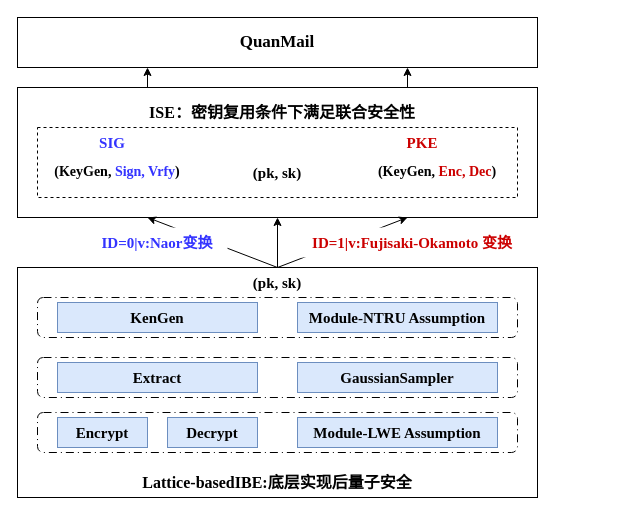
Earlier version of the draw.io diagram draw.io/毕业设计.drawio (Aurorp1g/CDN). Source tidied: cells renumbered, new cells numbered last; positions are measured from the earlier drawing's top-left corner, leaving out a move shared by most shapes. Both pictures are drawn from the tidied source at 100%, with x=0, y=0 at pixel (17, 17).
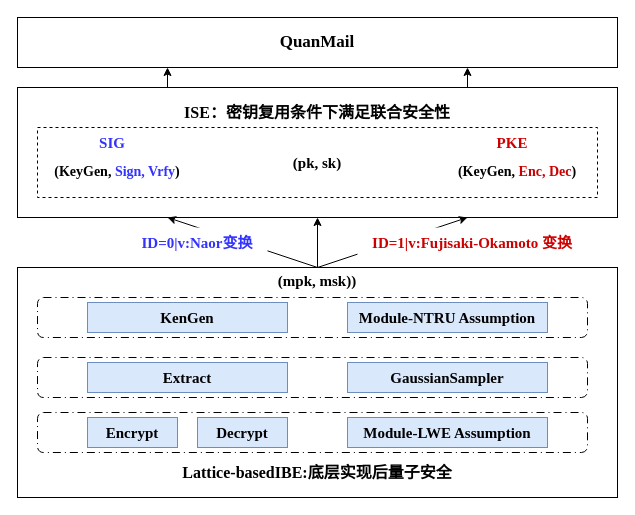
Above is the later version.

Commit message:
更新毕业设计.drawio

What changed in the source:
```diff
@@
     <mxCell id="2" value="&lt;b&gt;&lt;font style=&quot;font-size: 17px;&quot; face=&quot;Times New Roman&quot;&gt;QuanMail&lt;/font&gt;&lt;/b&gt;" style="rounded=0;whiteSpace=wrap;html=1;" parent="1" vertex="1">
-      <mxGeometry width="520" height="50" as="geometry" />
+      <mxGeometry width="600" height="50" as="geometry" />
     </mxCell>
@@
     <mxCell id="5" style="rounded=0;whiteSpace=wrap;html=1;" parent="1" vertex="1">
-      <mxGeometry y="70" width="520" height="130" as="geometry" />
+      <mxGeometry y="70" width="600" height="130" as="geometry" />
     </mxCell>
     <mxCell id="6" style="rounded=0;whiteSpace=wrap;html=1;dashed=1;" parent="1" vertex="1">
-      <mxGeometry x="20" y="110" width="480" height="70" as="geometry" />
+      <mxGeometry x="20" y="110" width="560" height="70" as="geometry" />
     </mxCell>
     <mxCell id="7" value="&lt;font style=&quot;font-size: 16px;&quot; face=&quot;Times New Roman&quot;&gt;&lt;b style=&quot;&quot;&gt;ISE：密钥复用条件下满足联合安全性&lt;/b&gt;&lt;/font&gt;" style="text;html=1;whiteSpace=wrap;strokeColor=none;fillColor=none;align=center;verticalAlign=middle;rounded=0;fontFamily=Helvetica;fontSize=12;fontColor=default;" parent="1" vertex="1">
-      <mxGeometry x="80" y="80" width="370" height="30" as="geometry" />
+      <mxGeometry x="115" y="80" width="370" height="30" as="geometry" />
     </mxCell>
@@
     <mxCell id="9" value="&lt;font face=&quot;Times New Roman&quot;&gt;&lt;span style=&quot;font-size: 15px; color: rgb(204, 0, 0);&quot;&gt;&lt;b&gt;PKE&lt;/b&gt;&lt;/span&gt;&lt;/font&gt;" style="text;html=1;whiteSpace=wrap;strokeColor=none;fillColor=none;align=center;verticalAlign=middle;rounded=0;fontFamily=Helvetica;fontSize=12;fontColor=default;" parent="1" vertex="1">
-      <mxGeometry x="360" y="110" width="90" height="30" as="geometry" />
+      <mxGeometry x="450" y="110" width="90" height="30" as="geometry" />
     </mxCell>
@@
     <mxCell id="11" value="&lt;font style=&quot;&quot; face=&quot;Times New Roman&quot;&gt;&lt;b style=&quot;font-size: 14px;&quot;&gt;(&lt;/b&gt;&lt;span style=&quot;font-size: 14px;&quot;&gt;&lt;b&gt;KeyGen, &lt;span style=&quot;color: rgb(204, 0, 0);&quot;&gt;Enc, Dec&lt;/span&gt;)&lt;/b&gt;&lt;/span&gt;&lt;/font&gt;" style="text;html=1;whiteSpace=wrap;strokeColor=none;fillColor=none;align=center;verticalAlign=middle;rounded=0;fontFamily=Helvetica;fontSize=12;fontColor=default;" parent="1" vertex="1">
-      <mxGeometry x="350" y="140" width="140" height="30" as="geometry" />
+      <mxGeometry x="430" y="140" width="140" height="30" as="geometry" />
     </mxCell>
     <mxCell id="12" value="&lt;font style=&quot;font-size: 15px;&quot; face=&quot;Times New Roman&quot;&gt;&lt;b&gt;(pk, sk)&lt;/b&gt;&lt;/font&gt;" style="text;html=1;whiteSpace=wrap;strokeColor=none;fillColor=none;align=center;verticalAlign=middle;rounded=0;fontFamily=Helvetica;fontSize=12;fontColor=default;" parent="1" vertex="1">
-      <mxGeometry x="230" y="140" width="60" height="30" as="geometry" />
+      <mxGeometry x="270" y="130" width="60" height="30" as="geometry" />
     </mxCell>
+    <mxCell id="31" style="edgeStyle=orthogonalEdgeStyle;rounded=0;jettySize=auto;html=1;exitX=0.5;exitY=0;exitDx=0;exitDy=0;entryX=0.5;entryY=1;entryDx=0;entryDy=0;fontFamily=Helvetica;fontSize=12;fontColor=default;" parent="1" edge="1" source="13" target="5">
+      <mxGeometry relative="1" as="geometry" />
+    </mxCell>
+    <mxCell id="32" style="rounded=0;jettySize=auto;html=1;exitX=0.5;exitY=0;exitDx=0;exitDy=0;entryX=0.25;entryY=1;entryDx=0;entryDy=0;fontFamily=Helvetica;fontSize=12;fontColor=default;" parent="1" edge="1" source="13" target="5">
+      <mxGeometry relative="1" as="geometry" />
+    </mxCell>
+    <mxCell id="33" style="rounded=0;jettySize=auto;html=1;exitX=0.5;exitY=0;exitDx=0;exitDy=0;entryX=0.75;entryY=1;entryDx=0;entryDy=0;fontFamily=Helvetica;fontSize=12;fontColor=default;" parent="1" edge="1" source="13" target="5">
+      <mxGeometry relative="1" as="geometry" />
+    </mxCell>
     <mxCell id="13" style="rounded=0;whiteSpace=wrap;html=1;strokeColor=default;align=center;verticalAlign=middle;fontFamily=Helvetica;fontSize=12;fontColor=default;fillColor=default;" parent="1" vertex="1">
-      <mxGeometry y="250" width="520" height="230" as="geometry" />
+      <mxGeometry y="250" width="600" height="230" as="geometry" />
     </mxCell>
-    <mxCell id="14" style="rounded=0;jettySize=auto;html=1;exitX=0.5;exitY=0;exitDx=0;exitDy=0;entryX=0.25;entryY=1;entryDx=0;entryDy=0;fontFamily=Helvetica;fontSize=12;fontColor=default;" parent="1" edge="1" source="17" target="5">
-      <mxGeometry relative="1" as="geometry" />
-    </mxCell>
-    <mxCell id="15" style="edgeStyle=orthogonalEdgeStyle;rounded=0;jettySize=auto;html=1;exitX=0.5;exitY=0;exitDx=0;exitDy=0;entryX=0.5;entryY=1;entryDx=0;entryDy=0;fontFamily=Helvetica;fontSize=12;fontColor=default;" parent="1" edge="1" source="17" target="5">
-      <mxGeometry relative="1" as="geometry" />
-    </mxCell>
-    <mxCell id="16" style="rounded=0;jettySize=auto;html=1;exitX=0.5;exitY=0;exitDx=0;exitDy=0;entryX=0.75;entryY=1;entryDx=0;entryDy=0;fontFamily=Helvetica;fontSize=12;fontColor=default;" parent="1" edge="1" source="17" target="5">
-      <mxGeometry relative="1" as="geometry" />
-    </mxCell>
-    <mxCell id="17" value="&lt;font style=&quot;font-size: 15px;&quot; face=&quot;Times New Roman&quot;&gt;&lt;b&gt;(pk, sk)&lt;/b&gt;&lt;/font&gt;" style="text;html=1;whiteSpace=wrap;strokeColor=none;fillColor=none;align=center;verticalAlign=middle;rounded=0;fontFamily=Helvetica;fontSize=12;fontColor=default;" parent="1" vertex="1">
-      <mxGeometry x="230" y="250" width="60" height="30" as="geometry" />
+    <mxCell id="17" value="&lt;font style=&quot;&quot; face=&quot;Times New Roman&quot;&gt;&lt;b style=&quot;font-size: 15px;&quot;&gt;(&lt;/b&gt;&lt;span style=&quot;font-size: 15px;&quot;&gt;&lt;b&gt;mpk, msk)&lt;/b&gt;&lt;/span&gt;&lt;b style=&quot;font-size: 15px;&quot;&gt;)&lt;/b&gt;&lt;/font&gt;" style="text;html=1;whiteSpace=wrap;strokeColor=none;fillColor=none;align=center;verticalAlign=middle;rounded=0;fontFamily=Helvetica;fontSize=12;fontColor=default;" parent="1" vertex="1">
+      <mxGeometry x="250" y="248" width="100" height="30" as="geometry" />
     </mxCell>
     <mxCell id="18" value="&lt;b&gt;&lt;font style=&quot;font-size: 15px; color: rgb(51, 51, 255);&quot; face=&quot;Times New Roman&quot;&gt;ID=0|v:Naor变换&lt;/font&gt;&lt;/b&gt;" style="text;html=1;whiteSpace=wrap;strokeColor=none;fillColor=default;align=center;verticalAlign=middle;rounded=0;fontFamily=Helvetica;fontSize=12;fontColor=default;" parent="1" vertex="1">
-      <mxGeometry x="70" y="210" width="140" height="30" as="geometry" />
+      <mxGeometry x="110" y="210" width="140" height="30" as="geometry" />
     </mxCell>
     <mxCell id="19" value="&lt;span style=&quot;color: rgb(204, 0, 0);&quot;&gt;&lt;font style=&quot;font-size: 15px;&quot; face=&quot;Times New Roman&quot;&gt;&lt;b&gt;ID=1|v:Fujisaki-Okamoto 变换&lt;/b&gt;&lt;/font&gt;&lt;/span&gt;" style="text;html=1;whiteSpace=wrap;strokeColor=none;fillColor=default;align=center;verticalAlign=middle;rounded=0;fontFamily=Helvetica;fontSize=12;fontColor=default;" parent="1" vertex="1">
-      <mxGeometry x="280" y="210" width="230" height="30" as="geometry" />
+      <mxGeometry x="340" y="210" width="230" height="30" as="geometry" />
     </mxCell>
     <mxCell id="20" style="rounded=1;whiteSpace=wrap;html=1;strokeColor=default;align=center;verticalAlign=middle;fontFamily=Helvetica;fontSize=12;fontColor=default;fillColor=default;dashed=1;dashPattern=8 4 1 4;" parent="1" vertex="1">
-      <mxGeometry x="20" y="280" width="480" height="40" as="geometry" />
+      <mxGeometry x="20" y="280" width="550" height="40" as="geometry" />
     </mxCell>
     <mxCell id="21" value="&lt;b&gt;&lt;font face=&quot;Times New Roman&quot; style=&quot;font-size: 15px;&quot;&gt;KenGen&lt;/font&gt;&lt;/b&gt;" style="text;html=1;whiteSpace=wrap;strokeColor=#6c8ebf;fillColor=#dae8fc;align=center;verticalAlign=middle;rounded=0;fontFamily=Helvetica;fontSize=12;" parent="1" vertex="1">
-      <mxGeometry x="40" y="285" width="200" height="30" as="geometry" />
+      <mxGeometry x="70" y="285" width="200" height="30" as="geometry" />
     </mxCell>
     <mxCell id="22" style="rounded=1;whiteSpace=wrap;html=1;strokeColor=default;align=center;verticalAlign=middle;fontFamily=Helvetica;fontSize=12;fontColor=default;fillColor=default;dashed=1;dashPattern=8 4 1 4;" parent="1" vertex="1">
-      <mxGeometry x="20" y="340" width="480" height="40" as="geometry" />
+      <mxGeometry x="20" y="340" width="550" height="40" as="geometry" />
     </mxCell>
     <mxCell id="23" style="rounded=1;whiteSpace=wrap;html=1;strokeColor=default;align=center;verticalAlign=middle;fontFamily=Helvetica;fontSize=12;fontColor=default;fillColor=default;dashed=1;dashPattern=8 4 1 4;" parent="1" vertex="1">
-      <mxGeometry x="20" y="395" width="480" height="40" as="geometry" />
+      <mxGeometry x="20" y="395" width="550" height="40" as="geometry" />
     </mxCell>
     <mxCell id="24" value="&lt;font face=&quot;Times New Roman&quot;&gt;&lt;span style=&quot;font-size: 15px;&quot;&gt;&lt;b&gt;Module-NTRU Assumption&lt;/b&gt;&lt;/span&gt;&lt;/font&gt;" style="text;html=1;whiteSpace=wrap;strokeColor=#6c8ebf;fillColor=#dae8fc;align=center;verticalAlign=middle;rounded=0;fontFamily=Helvetica;fontSize=12;" parent="1" vertex="1">
-      <mxGeometry x="280" y="285" width="200" height="30" as="geometry" />
+      <mxGeometry x="330" y="285" width="200" height="30" as="geometry" />
     </mxCell>
     <mxCell id="25" value="&lt;font face=&quot;Times New Roman&quot;&gt;&lt;span style=&quot;font-size: 15px;&quot;&gt;&lt;b&gt;Extract&lt;/b&gt;&lt;/span&gt;&lt;/font&gt;" style="text;html=1;whiteSpace=wrap;strokeColor=#6c8ebf;fillColor=#dae8fc;align=center;verticalAlign=middle;rounded=0;fontFamily=Helvetica;fontSize=12;" parent="1" vertex="1">
-      <mxGeometry x="40" y="345" width="200" height="30" as="geometry" />
+      <mxGeometry x="70" y="345" width="200" height="30" as="geometry" />
     </mxCell>
     <mxCell id="26" value="&lt;font face=&quot;Times New Roman&quot;&gt;&lt;span style=&quot;font-size: 15px;&quot;&gt;&lt;b&gt;GaussianSampler&lt;/b&gt;&lt;/span&gt;&lt;/font&gt;" style="text;html=1;whiteSpace=wrap;strokeColor=#6c8ebf;fillColor=#dae8fc;align=center;verticalAlign=middle;rounded=0;fontFamily=Helvetica;fontSize=12;" parent="1" vertex="1">
-      <mxGeometry x="280" y="345" width="200" height="30" as="geometry" />
+      <mxGeometry x="330" y="345" width="200" height="30" as="geometry" />
     </mxCell>
     <mxCell id="27" value="&lt;font face=&quot;Times New Roman&quot;&gt;&lt;span style=&quot;font-size: 15px;&quot;&gt;&lt;b&gt;Encrypt&lt;/b&gt;&lt;/span&gt;&lt;/font&gt;" style="text;html=1;whiteSpace=wrap;strokeColor=#6c8ebf;fillColor=#dae8fc;align=center;verticalAlign=middle;rounded=0;fontFamily=Helvetica;fontSize=12;" parent="1" vertex="1">
-      <mxGeometry x="40" y="400" width="90" height="30" as="geometry" />
+      <mxGeometry x="70" y="400" width="90" height="30" as="geometry" />
     </mxCell>
     <mxCell id="28" value="&lt;font face=&quot;Times New Roman&quot;&gt;&lt;span style=&quot;font-size: 15px;&quot;&gt;&lt;b&gt;Module-LWE Assumption&lt;/b&gt;&lt;/span&gt;&lt;/font&gt;" style="text;html=1;whiteSpace=wrap;strokeColor=#6c8ebf;fillColor=#dae8fc;align=center;verticalAlign=middle;rounded=0;fontFamily=Helvetica;fontSize=12;" parent="1" vertex="1">
-      <mxGeometry x="280" y="400" width="200" height="30" as="geometry" />
+      <mxGeometry x="330" y="400" width="200" height="30" as="geometry" />
     </mxCell>
     <mxCell id="29" value="&lt;font face=&quot;Times New Roman&quot;&gt;&lt;span style=&quot;font-size: 15px;&quot;&gt;&lt;b&gt;Decrypt&lt;/b&gt;&lt;/span&gt;&lt;/font&gt;" style="text;html=1;whiteSpace=wrap;strokeColor=#6c8ebf;fillColor=#dae8fc;align=center;verticalAlign=middle;rounded=0;fontFamily=Helvetica;fontSize=12;" parent="1" vertex="1">
-      <mxGeometry x="150" y="400" width="90" height="30" as="geometry" />
+      <mxGeometry x="180" y="400" width="90" height="30" as="geometry" />
     </mxCell>
     <mxCell id="30" value="&lt;font face=&quot;Times New Roman&quot; style=&quot;font-size: 16px;&quot;&gt;&lt;b style=&quot;&quot;&gt;Lattice-basedIBE:底层实现后量子安全&lt;/b&gt;&lt;/font&gt;" style="text;html=1;whiteSpace=wrap;strokeColor=none;fillColor=none;align=center;verticalAlign=middle;rounded=0;fontFamily=Helvetica;fontSize=12;fontColor=default;" parent="1" vertex="1">
-      <mxGeometry x="85" y="450" width="350" height="30" as="geometry" />
+      <mxGeometry x="125" y="440" width="350" height="30" as="geometry" />
     </mxCell>
```
